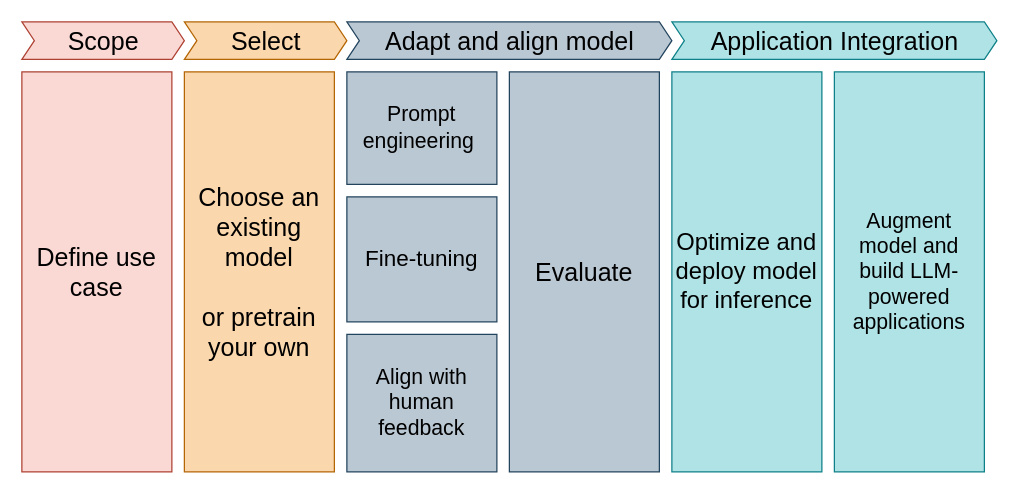
This is diagrams/genai_project_lifecycle.drawio from lfunderburk/prompting-agents-llm, a draw.io file, before an edit. Source tidied: cells renumbered, new cells numbered last; positions are measured from the earlier drawing's top-left corner, leaving out a move shared by most shapes. Both pictures are drawn from the tidied source at 125%, with x=0, y=0 at pixel (21, 21).
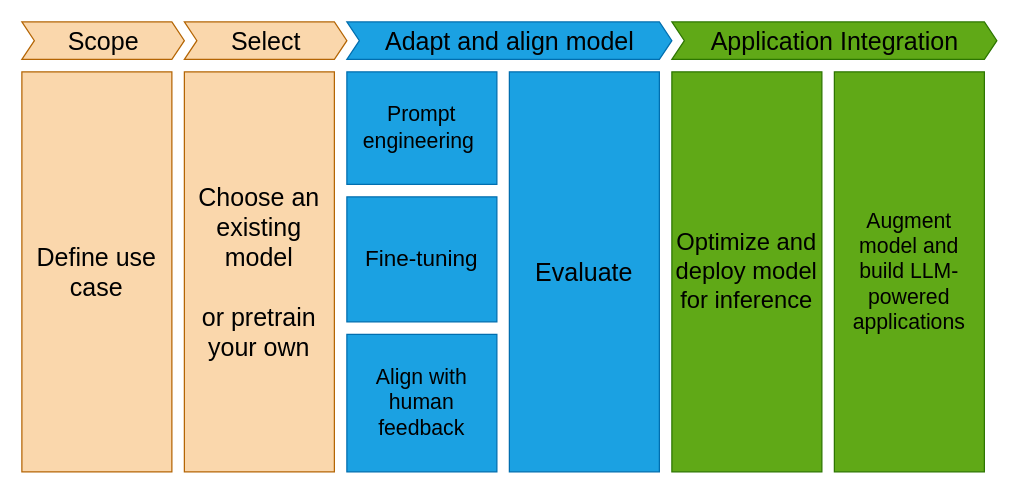
Above is the later version.

The edit, as a diff of the source:
```diff
@@
 <mxGraphModel>
   <root>
     <mxCell id="0" />
     <mxCell id="1" parent="0" />
-    <mxCell id="2" value="&lt;font color=&quot;#000000&quot; style=&quot;font-size: 20px;&quot;&gt;Define use case&lt;/font&gt;" style="rounded=0;whiteSpace=wrap;html=1;fillColor=#fad9d5;strokeColor=#ae4132;" parent="1" vertex="1">
+    <mxCell id="2" value="&lt;font color=&quot;#000000&quot; style=&quot;font-size: 20px;&quot;&gt;Define use case&lt;/font&gt;" style="rounded=0;whiteSpace=wrap;html=1;fillColor=#fad7ac;strokeColor=#b46504;" parent="1" vertex="1">
       <mxGeometry y="40" width="120" height="320" as="geometry" />
     </mxCell>
-    <mxCell id="3" value="&lt;font color=&quot;#000000&quot; style=&quot;font-size: 20px;&quot;&gt;Scope&lt;/font&gt;" style="html=1;shadow=0;dashed=0;align=center;verticalAlign=middle;shape=mxgraph.arrows2.arrow;dy=0;dx=10;notch=10;fillColor=#fad9d5;strokeColor=#ae4132;" parent="1" vertex="1">
+    <mxCell id="3" value="&lt;font color=&quot;#000000&quot; style=&quot;font-size: 20px;&quot;&gt;Scope&lt;/font&gt;" style="html=1;shadow=0;dashed=0;align=center;verticalAlign=middle;shape=mxgraph.arrows2.arrow;dy=0;dx=10;notch=10;fillColor=#fad7ac;strokeColor=#b46504;" parent="1" vertex="1">
       <mxGeometry width="130" height="30" as="geometry" />
     </mxCell>
     <mxCell id="4" value="&lt;font color=&quot;#000000&quot; style=&quot;font-size: 20px;&quot;&gt;Choose an existing model &lt;br&gt;&lt;br&gt;or pretrain your own&lt;/font&gt;" style="rounded=0;whiteSpace=wrap;html=1;fillColor=#fad7ac;strokeColor=#b46504;" parent="1" vertex="1">
       <mxGeometry x="130" y="40" width="120" height="320" as="geometry" />
     </mxCell>
     <mxCell id="5" value="&lt;font color=&quot;#000000&quot; style=&quot;font-size: 20px;&quot;&gt;Select&lt;/font&gt;" style="html=1;shadow=0;dashed=0;align=center;verticalAlign=middle;shape=mxgraph.arrows2.arrow;dy=0;dx=10;notch=10;fillColor=#fad7ac;strokeColor=#b46504;" parent="1" vertex="1">
       <mxGeometry x="130" width="130" height="30" as="geometry" />
     </mxCell>
-    <mxCell id="6" value="&lt;font color=&quot;#000000&quot; style=&quot;font-size: 20px;&quot;&gt;Evaluate&lt;/font&gt;" style="rounded=0;whiteSpace=wrap;html=1;fillColor=#bac8d3;strokeColor=#23445d;" parent="1" vertex="1">
+    <mxCell id="6" value="&lt;font color=&quot;#000000&quot; style=&quot;font-size: 20px;&quot;&gt;Evaluate&lt;/font&gt;" style="rounded=0;whiteSpace=wrap;html=1;fillColor=#1ba1e2;strokeColor=#006EAF;fontColor=#ffffff;" parent="1" vertex="1">
       <mxGeometry x="390" y="40" width="120" height="320" as="geometry" />
     </mxCell>
-    <mxCell id="7" value="&lt;font style=&quot;font-size: 20px;&quot; color=&quot;#000000&quot;&gt;Adapt and align model&lt;/font&gt;" style="html=1;shadow=0;dashed=0;align=center;verticalAlign=middle;shape=mxgraph.arrows2.arrow;dy=0;dx=10;notch=10;fillColor=#bac8d3;strokeColor=#23445d;" parent="1" vertex="1">
+    <mxCell id="7" value="&lt;font style=&quot;font-size: 20px;&quot; color=&quot;#000000&quot;&gt;Adapt and align model&lt;/font&gt;" style="html=1;shadow=0;dashed=0;align=center;verticalAlign=middle;shape=mxgraph.arrows2.arrow;dy=0;dx=10;notch=10;fillColor=#1ba1e2;strokeColor=#006EAF;fontColor=#ffffff;" parent="1" vertex="1">
       <mxGeometry x="260" width="260" height="30" as="geometry" />
     </mxCell>
-    <mxCell id="8" value="&lt;font color=&quot;#000000&quot; style=&quot;font-size: 17px;&quot;&gt;Prompt engineering&amp;nbsp;&lt;br&gt;&lt;/font&gt;" style="rounded=0;whiteSpace=wrap;html=1;fillColor=#bac8d3;strokeColor=#23445d;" parent="1" vertex="1">
+    <mxCell id="8" value="&lt;font color=&quot;#000000&quot; style=&quot;font-size: 17px;&quot;&gt;Prompt engineering&amp;nbsp;&lt;br&gt;&lt;/font&gt;" style="rounded=0;whiteSpace=wrap;html=1;fillColor=#1ba1e2;strokeColor=#006EAF;fontColor=#ffffff;" parent="1" vertex="1">
       <mxGeometry x="260" y="40" width="120" height="90" as="geometry" />
     </mxCell>
-    <mxCell id="9" value="&lt;font color=&quot;#000000&quot; style=&quot;font-size: 18px;&quot;&gt;Fine-tuning&lt;br&gt;&lt;/font&gt;" style="rounded=0;whiteSpace=wrap;html=1;fillColor=#bac8d3;strokeColor=#23445d;" parent="1" vertex="1">
+    <mxCell id="9" value="&lt;font color=&quot;#000000&quot; style=&quot;font-size: 18px;&quot;&gt;Fine-tuning&lt;br&gt;&lt;/font&gt;" style="rounded=0;whiteSpace=wrap;html=1;fillColor=#1ba1e2;strokeColor=#006EAF;fontColor=#ffffff;" parent="1" vertex="1">
       <mxGeometry x="260" y="140" width="120" height="100" as="geometry" />
     </mxCell>
-    <mxCell id="10" value="&lt;font color=&quot;#000000&quot; style=&quot;font-size: 17px;&quot;&gt;Align with human feedback&lt;/font&gt;" style="rounded=0;whiteSpace=wrap;html=1;fillColor=#bac8d3;strokeColor=#23445d;" parent="1" vertex="1">
+    <mxCell id="10" value="&lt;font color=&quot;#000000&quot; style=&quot;font-size: 17px;&quot;&gt;Align with human feedback&lt;/font&gt;" style="rounded=0;whiteSpace=wrap;html=1;fillColor=#1ba1e2;strokeColor=#006EAF;fontColor=#ffffff;" parent="1" vertex="1">
       <mxGeometry x="260" y="250" width="120" height="110" as="geometry" />
     </mxCell>
-    <mxCell id="11" value="&lt;font color=&quot;#000000&quot; style=&quot;font-size: 19px;&quot;&gt;Optimize and deploy model for inference&lt;/font&gt;" style="rounded=0;whiteSpace=wrap;html=1;fillColor=#b0e3e6;strokeColor=#0e8088;" parent="1" vertex="1">
+    <mxCell id="11" value="&lt;font color=&quot;#000000&quot; style=&quot;font-size: 19px;&quot;&gt;Optimize and deploy model for inference&lt;/font&gt;" style="rounded=0;whiteSpace=wrap;html=1;fillColor=#60a917;strokeColor=#2D7600;fontColor=#ffffff;" parent="1" vertex="1">
       <mxGeometry x="520" y="40" width="120" height="320" as="geometry" />
     </mxCell>
-    <mxCell id="12" value="&lt;font color=&quot;#000000&quot; style=&quot;font-size: 20px;&quot;&gt;Application Integration&lt;/font&gt;" style="html=1;shadow=0;dashed=0;align=center;verticalAlign=middle;shape=mxgraph.arrows2.arrow;dy=0;dx=10;notch=10;fillColor=#b0e3e6;strokeColor=#0e8088;" parent="1" vertex="1">
+    <mxCell id="12" value="&lt;font color=&quot;#000000&quot; style=&quot;font-size: 20px;&quot;&gt;Application Integration&lt;/font&gt;" style="html=1;shadow=0;dashed=0;align=center;verticalAlign=middle;shape=mxgraph.arrows2.arrow;dy=0;dx=10;notch=10;fillColor=#60a917;strokeColor=#2D7600;fontColor=#ffffff;" parent="1" vertex="1">
       <mxGeometry x="520" width="260" height="30" as="geometry" />
     </mxCell>
-    <mxCell id="13" value="&lt;font color=&quot;#000000&quot; style=&quot;font-size: 17px;&quot;&gt;Augment model and build LLM-powered applications&lt;/font&gt;" style="rounded=0;whiteSpace=wrap;html=1;fillColor=#b0e3e6;strokeColor=#0e8088;" parent="1" vertex="1">
+    <mxCell id="13" value="&lt;font color=&quot;#000000&quot; style=&quot;font-size: 17px;&quot;&gt;Augment model and build LLM-powered applications&lt;/font&gt;" style="rounded=0;whiteSpace=wrap;html=1;fillColor=#60a917;strokeColor=#2D7600;fontColor=#ffffff;" parent="1" vertex="1">
       <mxGeometry x="650" y="40" width="120" height="320" as="geometry" />
     </mxCell>
   </root>
 </mxGraphModel>
```
